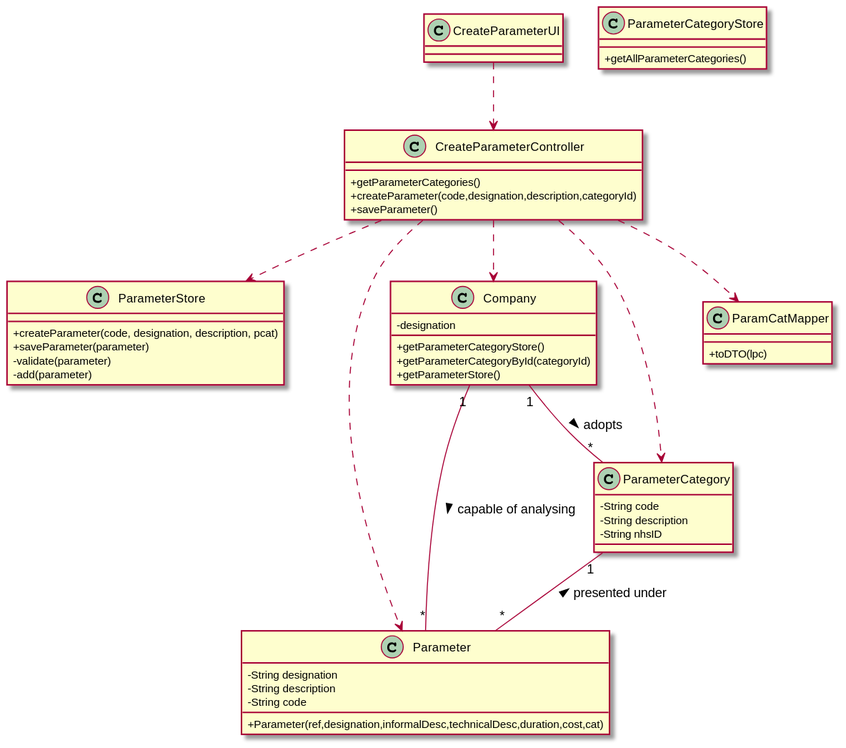
Above: docs/SprintB/US10/US10-CD.svg in 0franciscor/lei-21-s2-1de-g19 (PlantUML), before the change.
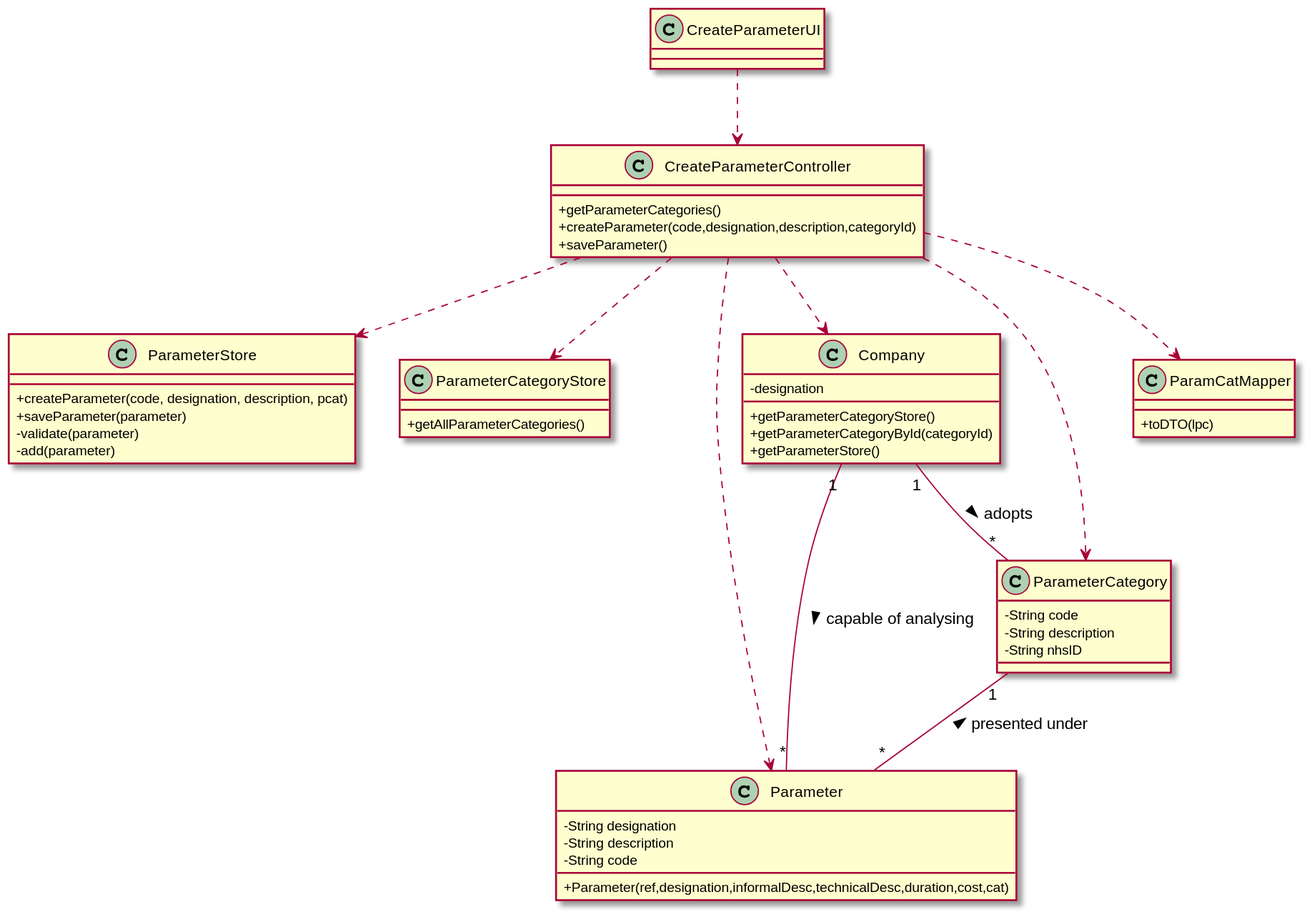
After the commit.

Commit message:
acréscimo de ligação CD US10

Diff of the diagram source:
```diff
@@ -56,6 +56,7 @@
 CreateParameterController ..> Parameter
 CreateParameterController ..> Company
 CreateParameterController ..> ParameterStore
+CreateParameterController ..> ParameterCategoryStore
 
 Company "1" -- "*" Parameter : > capable of analysing
 Company "1" -- "*" ParameterCategory : > adopts
```
